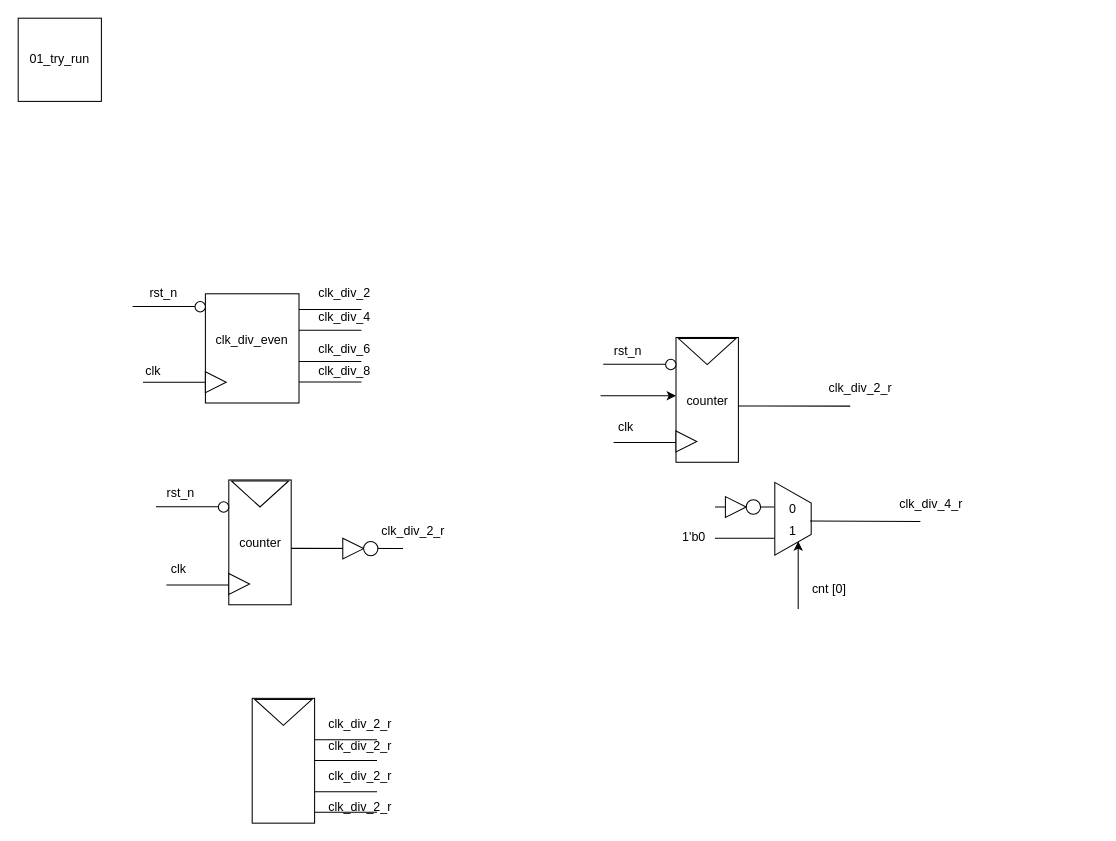
Earlier version of the draw.io diagram abp.drawio (let1s77/Systemverilog-Fundamential). Source tidied: cells renumbered, new cells numbered last; positions are measured from the earlier drawing's top-left corner, leaving out a move shared by most shapes. Both pictures are drawn from the tidied source at 104%, with x=0, y=0 at pixel (18, 18).
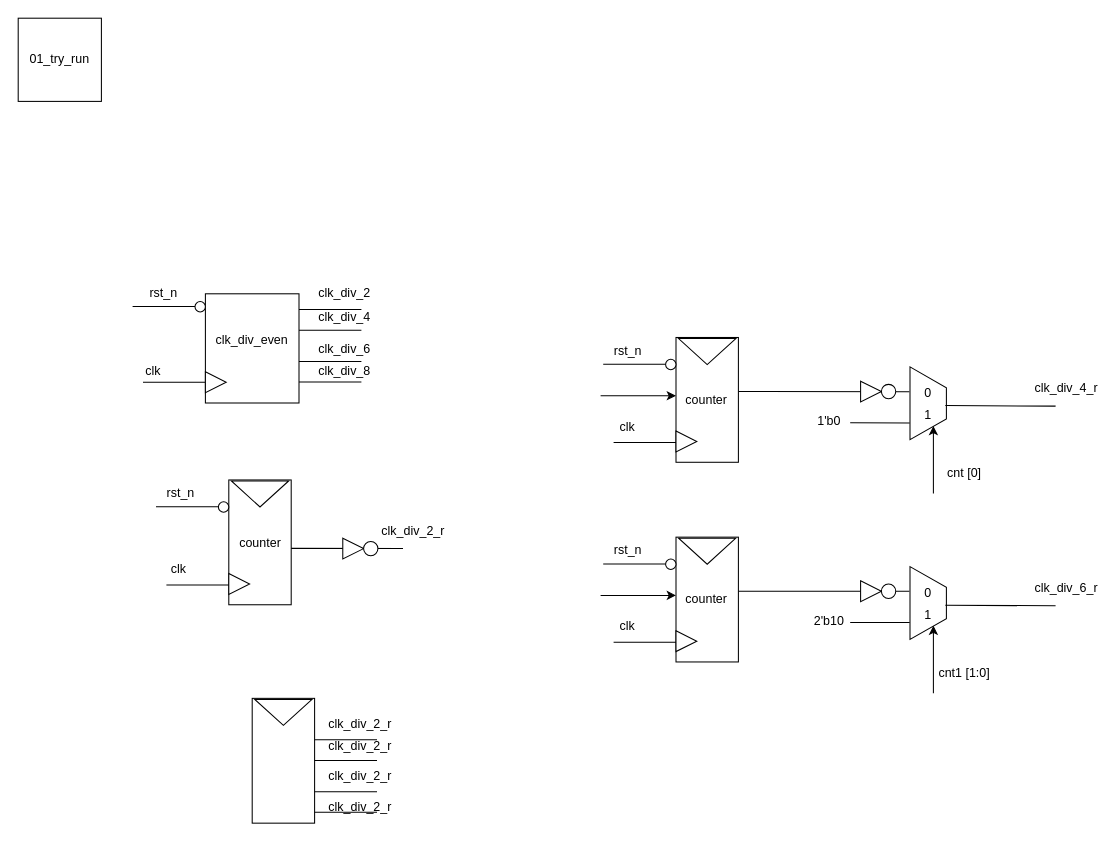
The same page after the edit.

The change refers to these unchanged cells:
```xml
<mxCell id="41" style="rounded=0;whiteSpace=wrap;html=1;rotation=-90;" parent="1" vertex="1">
  <mxGeometry x="602.5" y="337" width="120" height="60" as="geometry" />
</mxCell>
```

The edit, as a diff of the source:
```diff
@@
     <mxCell id="43" value="counter" style="text;html=1;whiteSpace=wrap;strokeColor=none;fillColor=none;align=center;verticalAlign=middle;rounded=0;" parent="1" vertex="1">
-      <mxGeometry x="632.5" y="353" width="60" height="30" as="geometry" />
+      <mxGeometry x="647.5" y="360.5" width="27.5" height="13" as="geometry" />
     </mxCell>
@@
     <mxCell id="49" value="clk" style="text;html=1;whiteSpace=wrap;strokeColor=none;fillColor=none;align=center;verticalAlign=middle;rounded=0;" parent="1" vertex="1">
-      <mxGeometry x="567.5" y="383" width="32.5" height="20" as="geometry" />
+      <mxGeometry x="576.2" y="384" width="20" height="17" as="geometry" />
     </mxCell>
-    <mxCell id="50" value="clk_div_2_r" style="text;html=1;whiteSpace=wrap;strokeColor=none;fillColor=none;align=center;verticalAlign=middle;rounded=0;" parent="1" vertex="1">
-      <mxGeometry x="780" y="338" width="60" height="35" as="geometry" />
-    </mxCell>
-    <mxCell id="51" style="endArrow=none;html=1;rounded=0;" parent="1" edge="1">
-      <mxGeometry relative="1" as="geometry">
-        <mxPoint x="692.5" y="372.8" as="sourcePoint" />
-        <mxPoint x="800" y="373" as="targetPoint" />
-      </mxGeometry>
-    </mxCell>
@@
     <mxCell id="55" style="shape=trapezoid;perimeter=trapezoidPerimeter;whiteSpace=wrap;html=1;fixedSize=1;rotation=90;" parent="1" vertex="1">
-      <mxGeometry x="710" y="463.8" width="70" height="35" as="geometry" />
+      <mxGeometry x="840" y="352.8" width="70" height="35" as="geometry" />
     </mxCell>
     <mxCell id="56" style="endArrow=classic;html=1;rounded=0;" parent="1" edge="1">
       <mxGeometry relative="1" as="geometry">
-        <mxPoint x="750" y="568.1" as="sourcePoint" />
-        <mxPoint x="750" y="503.1" as="targetPoint" />
+        <mxPoint x="880" y="457.1" as="sourcePoint" />
+        <mxPoint x="880" y="392.1" as="targetPoint" />
       </mxGeometry>
     </mxCell>
     <mxCell id="57" value="cnt [0]" style="text;html=1;whiteSpace=wrap;strokeColor=none;fillColor=none;align=center;verticalAlign=middle;rounded=0;" parent="1" vertex="1">
-      <mxGeometry x="750" y="534" width="60" height="30" as="geometry" />
+      <mxGeometry x="880" y="423" width="60" height="30" as="geometry" />
     </mxCell>
     <mxCell id="58" value="0" style="text;html=1;whiteSpace=wrap;strokeColor=none;fillColor=none;align=center;verticalAlign=middle;rounded=0;" parent="1" vertex="1">
-      <mxGeometry x="735" y="469" width="20" height="5" as="geometry" />
+      <mxGeometry x="865" y="358" width="20" height="5" as="geometry" />
     </mxCell>
     <mxCell id="59" value="1" style="text;html=1;whiteSpace=wrap;strokeColor=none;fillColor=none;align=center;verticalAlign=middle;rounded=0;" parent="1" vertex="1">
-      <mxGeometry x="735" y="490" width="20" height="5" as="geometry" />
+      <mxGeometry x="865" y="379" width="20" height="5" as="geometry" />
     </mxCell>
-    <mxCell id="60" style="endArrow=none;html=1;rounded=0;entryX=0.34;entryY=1.017;entryDx=0;entryDy=0;entryPerimeter=0;" parent="1" edge="1" target="55">
-      <mxGeometry relative="1" as="geometry">
-        <mxPoint x="670" y="470" as="sourcePoint" />
-      </mxGeometry>
+    <mxCell id="60" style="endArrow=none;html=1;rounded=0;entryX=0.34;entryY=1.017;entryDx=0;entryDy=0;entryPerimeter=0;exitX=0.567;exitY=1.006;exitDx=0;exitDy=0;exitPerimeter=0;" parent="1" edge="1" source="41" target="55">
+      <mxGeometry relative="1" as="geometry" />
     </mxCell>
     <mxCell id="61" style="endArrow=none;html=1;rounded=0;entryX=0.769;entryY=1.009;entryDx=0;entryDy=0;entryPerimeter=0;" parent="1" edge="1" target="55">
       <mxGeometry relative="1" as="geometry">
-        <mxPoint x="670" y="500" as="sourcePoint" />
+        <mxPoint x="800" y="389" as="sourcePoint" />
       </mxGeometry>
     </mxCell>
     <mxCell id="62" value="clk_div_4_r" style="text;html=1;whiteSpace=wrap;strokeColor=none;fillColor=none;align=center;verticalAlign=middle;rounded=0;" parent="1" vertex="1">
-      <mxGeometry x="847.5" y="449" width="60" height="35" as="geometry" />
+      <mxGeometry x="977.5" y="338" width="60" height="35" as="geometry" />
     </mxCell>
     <mxCell id="63" style="endArrow=none;html=1;rounded=0;exitX=0.531;exitY=0.03;exitDx=0;exitDy=0;exitPerimeter=0;" parent="1" edge="1" source="55">
       <mxGeometry relative="1" as="geometry">
-        <mxPoint x="867.5" y="484" as="targetPoint" />
+        <mxPoint x="997.5" y="373" as="targetPoint" />
       </mxGeometry>
     </mxCell>
     <mxCell id="64" style="triangle;whiteSpace=wrap;html=1;" parent="1" vertex="1">
-      <mxGeometry x="680" y="460" width="20" height="20" as="geometry" />
+      <mxGeometry x="810" y="349" width="20" height="20" as="geometry" />
     </mxCell>
     <mxCell id="65" style="ellipse;whiteSpace=wrap;html=1;" parent="1" vertex="1">
-      <mxGeometry x="700" y="463.1" width="13.8" height="13.8" as="geometry" />
+      <mxGeometry x="830" y="352.1" width="13.8" height="13.8" as="geometry" />
     </mxCell>
     <mxCell id="66" value="1'b0" style="text;html=1;whiteSpace=wrap;strokeColor=none;fillColor=none;align=center;verticalAlign=middle;rounded=0;" parent="1" vertex="1">
-      <mxGeometry x="620" y="484" width="60" height="30" as="geometry" />
+      <mxGeometry x="750" y="373" width="60" height="30" as="geometry" />
     </mxCell>
+    <mxCell id="67" style="rounded=0;whiteSpace=wrap;html=1;rotation=-90;" parent="1" vertex="1">
+      <mxGeometry x="602.5" y="529" width="120" height="60" as="geometry" />
+    </mxCell>
+    <mxCell id="68" style="triangle;whiteSpace=wrap;html=1;rotation=90;" parent="1" vertex="1">
+      <mxGeometry x="650" y="485" width="25" height="55" as="geometry" />
+    </mxCell>
+    <mxCell id="69" value="counter" style="text;html=1;whiteSpace=wrap;strokeColor=none;fillColor=none;align=center;verticalAlign=middle;rounded=0;" parent="1" vertex="1">
+      <mxGeometry x="647.5" y="552.5" width="27.5" height="13" as="geometry" />
+    </mxCell>
+    <mxCell id="70" style="triangle;whiteSpace=wrap;html=1;" parent="1" vertex="1">
+      <mxGeometry x="632.5" y="589" width="20" height="20" as="geometry" />
+    </mxCell>
+    <mxCell id="71" style="endArrow=none;html=1;rounded=0;" parent="1" edge="1">
+      <mxGeometry relative="1" as="geometry">
+        <mxPoint x="562.5" y="524.8" as="sourcePoint" />
+        <mxPoint x="622.5" y="524.8" as="targetPoint" />
+      </mxGeometry>
+    </mxCell>
+    <mxCell id="72" value="rst_n" style="text;html=1;whiteSpace=wrap;strokeColor=none;fillColor=none;align=center;verticalAlign=middle;rounded=0;" parent="1" vertex="1">
+      <mxGeometry x="570" y="506.2" width="32.5" height="12.5" as="geometry" />
+    </mxCell>
+    <mxCell id="73" style="ellipse;whiteSpace=wrap;html=1;" parent="1" vertex="1">
+      <mxGeometry x="622.5" y="520" width="10" height="10" as="geometry" />
+    </mxCell>
+    <mxCell id="74" style="endArrow=none;html=1;rounded=0;" parent="1" edge="1">
+      <mxGeometry relative="1" as="geometry">
+        <mxPoint x="572.5" y="600" as="sourcePoint" />
+        <mxPoint x="632.5" y="600" as="targetPoint" />
+      </mxGeometry>
+    </mxCell>
+    <mxCell id="75" value="clk" style="text;html=1;whiteSpace=wrap;strokeColor=none;fillColor=none;align=center;verticalAlign=middle;rounded=0;" parent="1" vertex="1">
+      <mxGeometry x="576.2" y="576" width="20" height="17" as="geometry" />
+    </mxCell>
+    <mxCell id="76" style="endArrow=classic;html=1;rounded=0;" parent="1" edge="1">
+      <mxGeometry relative="1" as="geometry">
+        <mxPoint x="560" y="555" as="sourcePoint" />
+        <mxPoint x="632.5" y="555" as="targetPoint" />
+      </mxGeometry>
+    </mxCell>
+    <mxCell id="77" style="shape=trapezoid;perimeter=trapezoidPerimeter;whiteSpace=wrap;html=1;fixedSize=1;rotation=90;" parent="1" vertex="1">
+      <mxGeometry x="840" y="544.8" width="70" height="35" as="geometry" />
+    </mxCell>
+    <mxCell id="78" style="endArrow=classic;html=1;rounded=0;" parent="1" edge="1">
+      <mxGeometry relative="1" as="geometry">
+        <mxPoint x="880" y="649.1" as="sourcePoint" />
+        <mxPoint x="880" y="584.1" as="targetPoint" />
+      </mxGeometry>
+    </mxCell>
+    <mxCell id="79" value="cnt1 [1:0]" style="text;html=1;whiteSpace=wrap;strokeColor=none;fillColor=none;align=center;verticalAlign=middle;rounded=0;" parent="1" vertex="1">
+      <mxGeometry x="880" y="615" width="60" height="30" as="geometry" />
+    </mxCell>
+    <mxCell id="80" value="0" style="text;html=1;whiteSpace=wrap;strokeColor=none;fillColor=none;align=center;verticalAlign=middle;rounded=0;" parent="1" vertex="1">
+      <mxGeometry x="865" y="550" width="20" height="5" as="geometry" />
+    </mxCell>
+    <mxCell id="81" value="1" style="text;html=1;whiteSpace=wrap;strokeColor=none;fillColor=none;align=center;verticalAlign=middle;rounded=0;" parent="1" vertex="1">
+      <mxGeometry x="865" y="571" width="20" height="5" as="geometry" />
+    </mxCell>
+    <mxCell id="82" style="endArrow=none;html=1;rounded=0;entryX=0.34;entryY=1.017;entryDx=0;entryDy=0;entryPerimeter=0;exitX=0.567;exitY=1.006;exitDx=0;exitDy=0;exitPerimeter=0;" parent="1" edge="1" source="67" target="77">
+      <mxGeometry relative="1" as="geometry" />
+    </mxCell>
+    <mxCell id="83" style="endArrow=none;html=1;rounded=0;entryX=0.769;entryY=1.009;entryDx=0;entryDy=0;entryPerimeter=0;" parent="1" edge="1" target="77">
+      <mxGeometry relative="1" as="geometry">
+        <mxPoint x="800" y="581" as="sourcePoint" />
+      </mxGeometry>
+    </mxCell>
+    <mxCell id="84" value="clk_div_6_r" style="text;html=1;whiteSpace=wrap;strokeColor=none;fillColor=none;align=center;verticalAlign=middle;rounded=0;" parent="1" vertex="1">
+      <mxGeometry x="977.5" y="530" width="60" height="35" as="geometry" />
+    </mxCell>
+    <mxCell id="85" style="endArrow=none;html=1;rounded=0;exitX=0.531;exitY=0.03;exitDx=0;exitDy=0;exitPerimeter=0;" parent="1" edge="1" source="77">
+      <mxGeometry relative="1" as="geometry">
+        <mxPoint x="997.5" y="565" as="targetPoint" />
+      </mxGeometry>
+    </mxCell>
+    <mxCell id="86" style="triangle;whiteSpace=wrap;html=1;" parent="1" vertex="1">
+      <mxGeometry x="810" y="541" width="20" height="20" as="geometry" />
+    </mxCell>
+    <mxCell id="87" style="ellipse;whiteSpace=wrap;html=1;" parent="1" vertex="1">
+      <mxGeometry x="830" y="544.1" width="13.8" height="13.8" as="geometry" />
+    </mxCell>
+    <mxCell id="88" value="2'b10" style="text;html=1;whiteSpace=wrap;strokeColor=none;fillColor=none;align=center;verticalAlign=middle;rounded=0;" parent="1" vertex="1">
+      <mxGeometry x="750" y="565" width="60" height="30" as="geometry" />
+    </mxCell>
```
